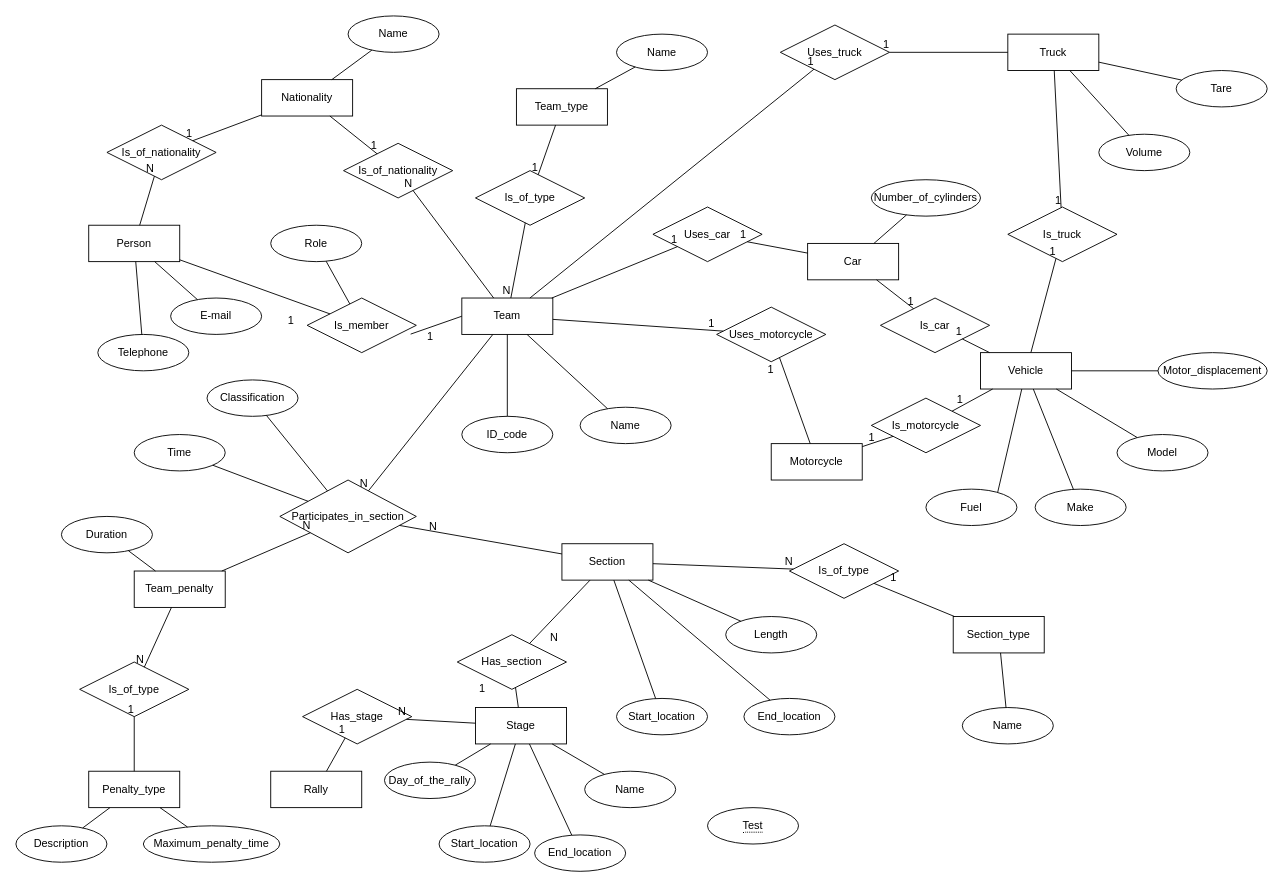
This is M1_ER_diagram.drawio from DanyKrk/ISEP_BDDAD_M1, a draw.io file, before an edit. Source tidied: cells renumbered, new cells numbered last; positions are measured from the earlier drawing's top-left corner, leaving out a move shared by most shapes. Both pictures are drawn from the tidied source at 91%, with x=0, y=0 at pixel (15, 15).
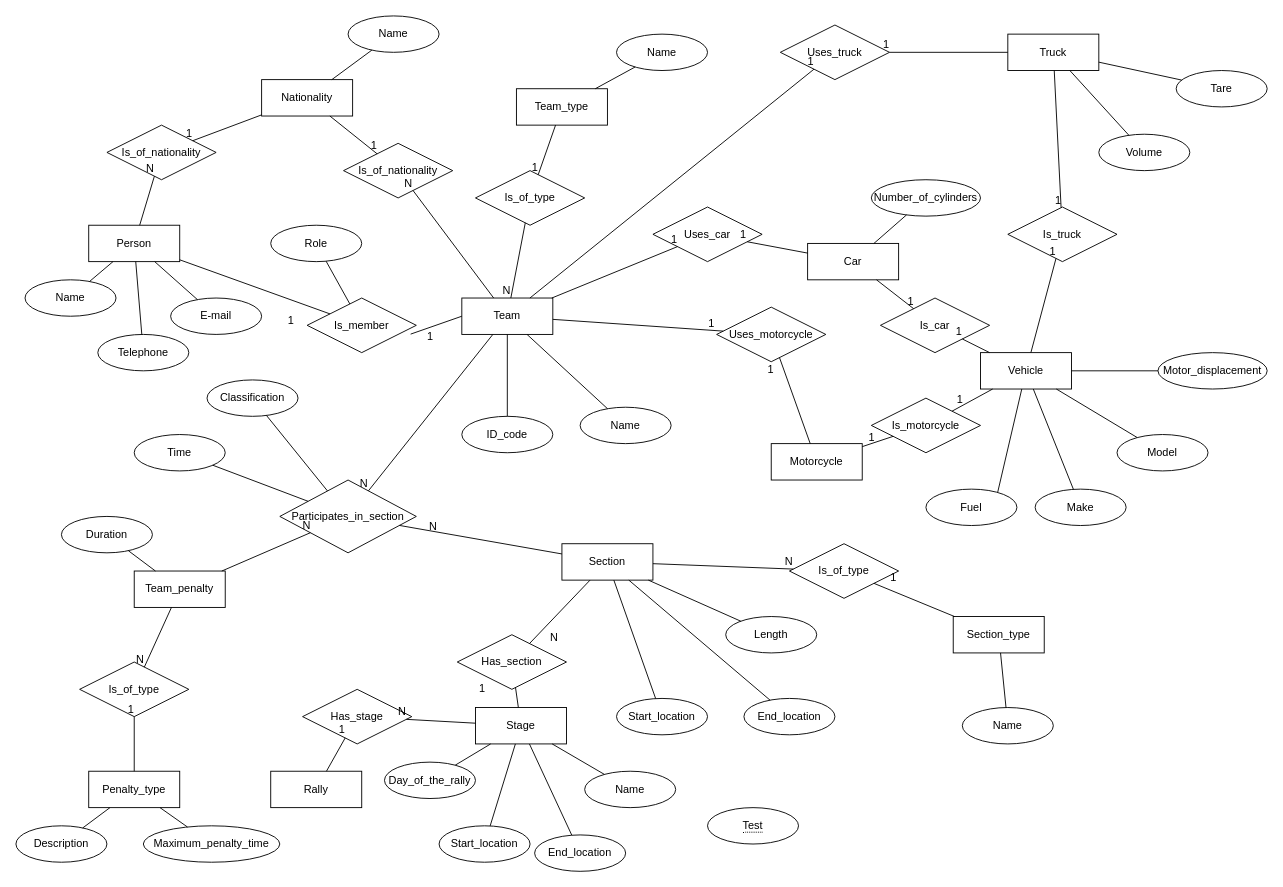
After the change.

Commit message:
Add name to the person

The change refers to these unchanged cells:
```xml
<mxCell id="34" value="Person" style="whiteSpace=wrap;html=1;align=center;" parent="1" vertex="1">
  <mxGeometry x="80" y="230" width="100" height="40" as="geometry" />
</mxCell>
```

Change to the diagram source:
```diff
@@
+    <mxCell id="148" value="Name" style="ellipse;whiteSpace=wrap;html=1;align=center;" parent="1" vertex="1">
+      <mxGeometry x="10" y="290" width="100" height="40" as="geometry" />
+    </mxCell>
+    <mxCell id="149" style="endArrow=none;html=1;rounded=0;" parent="1" edge="1" source="148" target="34">
+      <mxGeometry relative="1" as="geometry" />
+    </mxCell>
```
